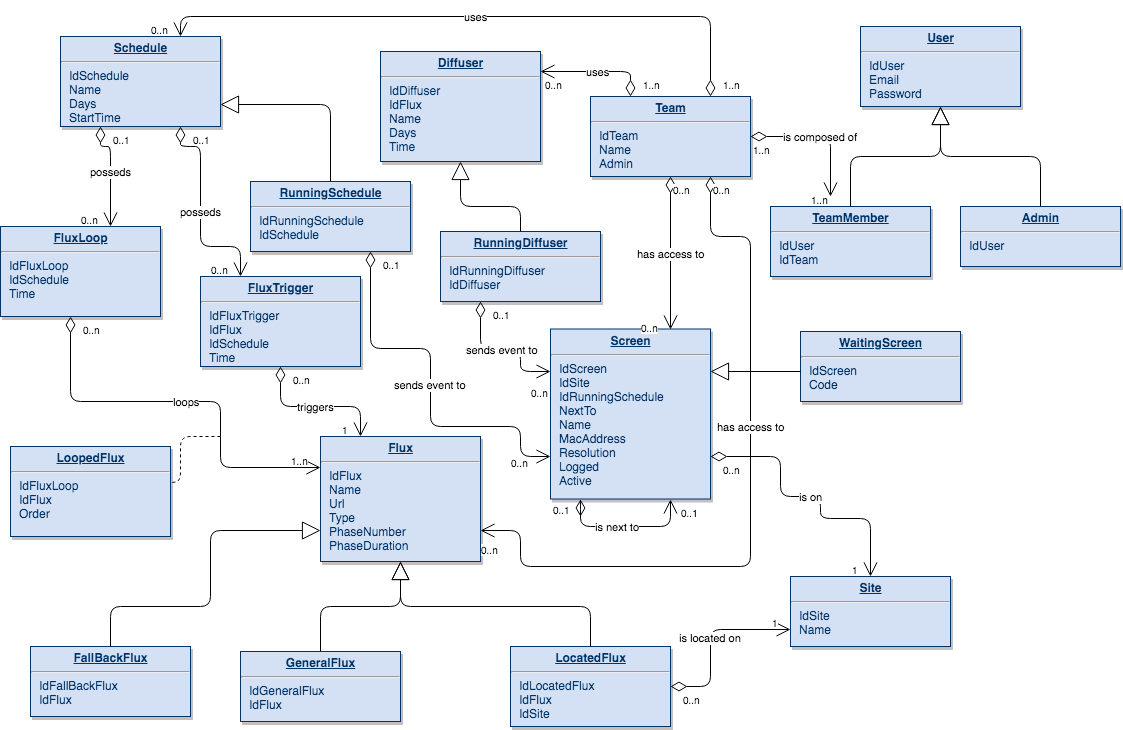
Before: doc/rapport/schemas/db_schema_full.png, a diagram exported from draw.io (quentingigon/TB). Source tidied: cells renumbered, new cells last; positions are measured from the earlier drawing's top-left corner, leaving out a move shared by most shapes.
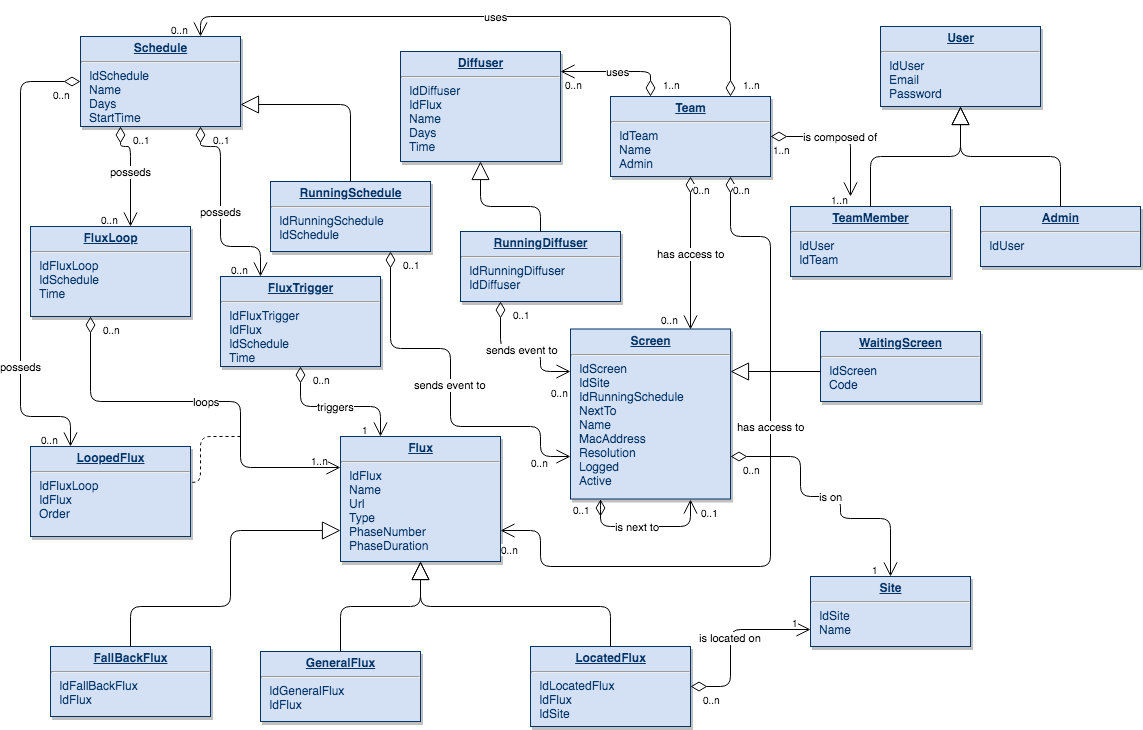
The same diagram one commit later.

The edit, as a diff of the source:
```diff
@@ -51,7 +51,7 @@
       <mxGeometry x="200" y="260" width="160" height="90" as="geometry" />
     </mxCell>
     <mxCell id="18" value="&lt;p style=&quot;margin: 0px ; margin-top: 4px ; text-align: center ; text-decoration: underline&quot;&gt;&lt;strong&gt;FluxLoop&lt;/strong&gt;&lt;/p&gt;&lt;hr&gt;&lt;p style=&quot;margin: 0px ; margin-left: 8px&quot;&gt;IdFluxLoop&lt;/p&gt;&lt;p style=&quot;margin: 0px ; margin-left: 8px&quot;&gt;IdSchedule&lt;/p&gt;&lt;p style=&quot;margin: 0px ; margin-left: 8px&quot;&gt;Time&lt;/p&gt;&lt;p style=&quot;margin: 0px ; margin-left: 8px&quot;&gt;&lt;br&gt;&lt;/p&gt;&lt;p style=&quot;margin: 0px ; margin-left: 8px&quot;&gt;&lt;br&gt;&lt;/p&gt;" style="verticalAlign=top;align=left;overflow=fill;fontSize=12;fontFamily=Helvetica;html=1;strokeColor=#003366;shadow=1;fillColor=#D4E1F5;fontColor=#003366;" parent="1" vertex="1">
-      <mxGeometry y="210" width="160" height="90" as="geometry" />
+      <mxGeometry x="10" y="210" width="160" height="90" as="geometry" />
     </mxCell>
     <mxCell id="19" value="&lt;p style=&quot;margin: 0px ; margin-top: 4px ; text-align: center ; text-decoration: underline&quot;&gt;&lt;strong&gt;LoopedFlux&lt;/strong&gt;&lt;/p&gt;&lt;hr&gt;&lt;p style=&quot;margin: 0px ; margin-left: 8px&quot;&gt;IdFluxLoop&lt;/p&gt;&lt;p style=&quot;margin: 0px ; margin-left: 8px&quot;&gt;IdFlux&lt;/p&gt;&lt;p style=&quot;margin: 0px ; margin-left: 8px&quot;&gt;Order&lt;/p&gt;&lt;p style=&quot;margin: 0px ; margin-left: 8px&quot;&gt;&lt;br&gt;&lt;/p&gt;&lt;p style=&quot;margin: 0px ; margin-left: 8px&quot;&gt;&lt;br&gt;&lt;/p&gt;" style="verticalAlign=top;align=left;overflow=fill;fontSize=12;fontFamily=Helvetica;html=1;strokeColor=#003366;shadow=1;fillColor=#D4E1F5;fontColor=#003366;" parent="1" vertex="1">
       <mxGeometry x="10" y="430" width="160" height="90" as="geometry" />
@@ -118,7 +118,7 @@
     </mxCell>
     <mxCell id="30" value="0..n" style="html=1;align=right;verticalAlign=top;labelBackgroundColor=#ffffff;fontSize=10;" parent="28" vertex="1">
       <mxGeometry x="1" relative="1" as="geometry">
-        <mxPoint x="-10" y="-15" as="offset" />
+        <mxPoint x="-10" y="-23" as="offset" />
       </mxGeometry>
     </mxCell>
     <mxCell id="31" value="uses" style="endArrow=open;html=1;endSize=12;startArrow=diamondThin;startSize=14;startFill=0;edgeStyle=orthogonalEdgeStyle;exitX=0.25;exitY=0;exitDx=0;exitDy=0;entryX=1;entryY=0.182;entryDx=0;entryDy=0;entryPerimeter=0;" parent="1" edge="1" source="5" target="6">
@@ -376,5 +376,24 @@
         <mxPoint x="800" y="355" as="sourcePoint" />
       </mxGeometry>
     </mxCell>
+    <mxCell id="71" value="posseds" style="endArrow=open;html=1;endSize=12;startArrow=diamondThin;startSize=14;startFill=0;edgeStyle=orthogonalEdgeStyle;exitX=0;exitY=0.5;exitDx=0;exitDy=0;entryX=0.25;entryY=0;entryDx=0;entryDy=0;" parent="1" edge="1" source="7" target="19">
+      <mxGeometry x="0.45" relative="1" as="geometry">
+        <Array as="points">
+          <mxPoint y="65" />
+          <mxPoint y="400" />
+          <mxPoint x="50" y="400" />
+        </Array>
+      </mxGeometry>
+    </mxCell>
+    <mxCell id="72" value="0..n" style="html=1;align=left;verticalAlign=top;labelBackgroundColor=#ffffff;fontSize=10;" parent="71" vertex="1">
+      <mxGeometry x="-1" relative="1" as="geometry">
+        <mxPoint x="-30" as="offset" />
+      </mxGeometry>
+    </mxCell>
+    <mxCell id="73" value="0..n" style="html=1;align=right;verticalAlign=top;labelBackgroundColor=#ffffff;fontSize=10;" parent="71" vertex="1">
+      <mxGeometry x="1" relative="1" as="geometry">
+        <mxPoint x="-10" y="-20" as="offset" />
+      </mxGeometry>
+    </mxCell>
   </root>
 </mxGraphModel>
```
